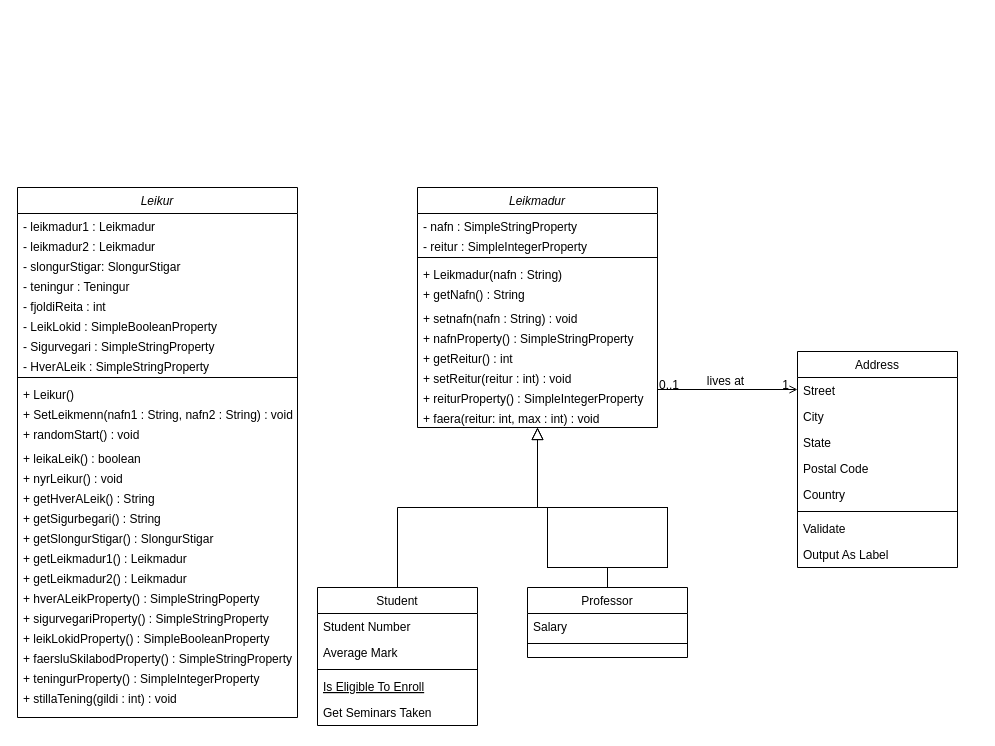
The draw.io diagram UML.drawio in andreaei/Final_project, before the edit. Source tidied: cells renumbered, new cells numbered last; positions are measured from the earlier drawing's top-left corner, leaving out a move shared by most shapes. Both pictures are drawn from the tidied source at 100%, with x=0, y=0 at pixel (17, 187).
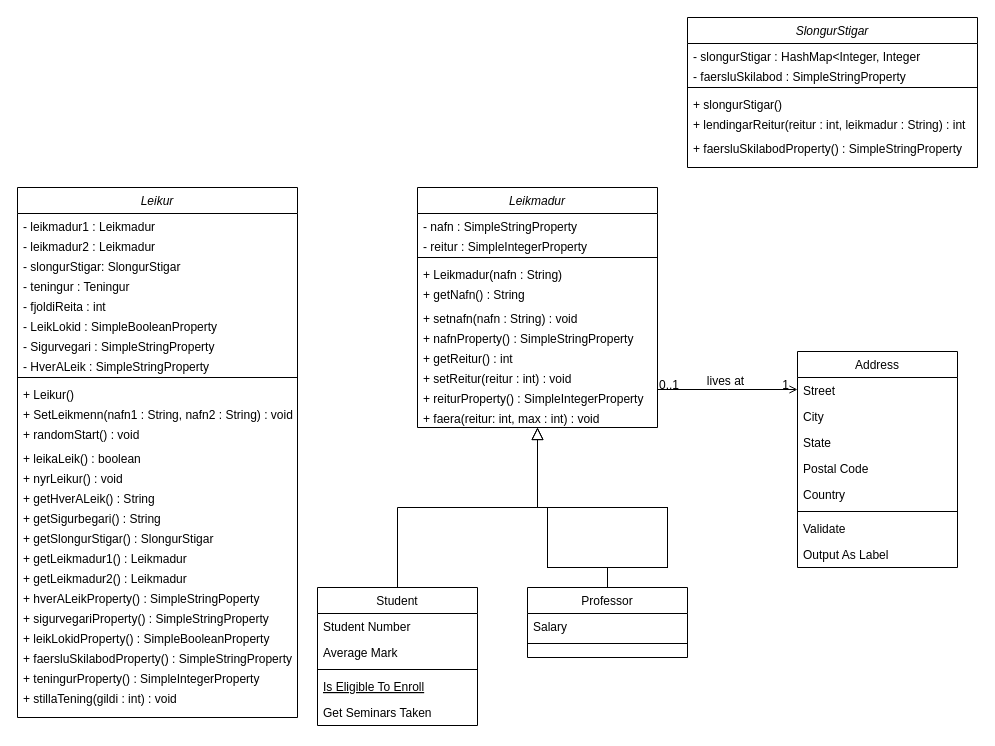
The same diagram, later.

The edit, as a diff of the source:
```diff
@@
+    <mxCell id="65" value="SlongurStigar" style="swimlane;fontStyle=2;align=center;verticalAlign=top;horizontal=1;startSize=26;rounded=0;shadow=0;strokeWidth=1;" parent="1" vertex="1">
+      <mxGeometry x="670" y="-170" width="290" height="150" as="geometry" />
+    </mxCell>
+    <mxCell id="66" value="- slongurStigar : HashMap&lt;Integer, Integer" style="text;align=left;verticalAlign=top;spacingLeft=4;spacingRight=4;overflow=hidden;" parent="65" vertex="1">
+      <mxGeometry y="26" width="290" height="20" as="geometry" />
+    </mxCell>
+    <mxCell id="67" value="- faersluSkilabod : SimpleStringProperty" style="text;align=left;verticalAlign=top;spacingLeft=4;spacingRight=4;overflow=hidden;rounded=0;shadow=0;html=0;" parent="65" vertex="1">
+      <mxGeometry y="46" width="290" height="20" as="geometry" />
+    </mxCell>
+    <mxCell id="68" style="line;html=1;strokeWidth=1;align=left;verticalAlign=middle;spacingTop=-1;spacingLeft=3;spacingRight=3;labelPosition=right;" parent="65" vertex="1">
+      <mxGeometry y="66" width="290" height="8" as="geometry" />
+    </mxCell>
+    <mxCell id="69" value="+ slongurStigar()" style="text;align=left;verticalAlign=top;spacingLeft=4;spacingRight=4;overflow=hidden;" parent="65" vertex="1">
+      <mxGeometry y="74" width="290" height="20" as="geometry" />
+    </mxCell>
+    <mxCell id="70" value="+ lendingarReitur(reitur : int, leikmadur : String) : int" style="text;align=left;verticalAlign=top;spacingLeft=4;spacingRight=4;overflow=hidden;" parent="65" vertex="1">
+      <mxGeometry y="94" width="290" height="24" as="geometry" />
+    </mxCell>
+    <mxCell id="71" value="+ faersluSkilabodProperty() : SimpleStringProperty" style="text;align=left;verticalAlign=top;spacingLeft=4;spacingRight=4;overflow=hidden;" parent="65" vertex="1">
+      <mxGeometry y="118" width="290" height="20" as="geometry" />
+    </mxCell>
```
